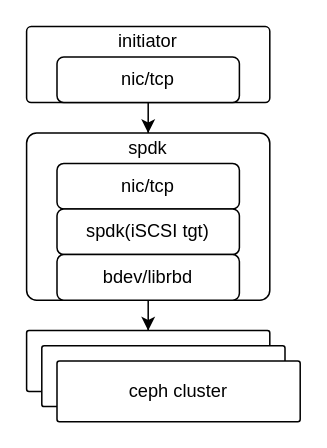
Above: ceph/ceph_iscsi.drawio in EarthWind/deeparch (draw.io), before the change. Source tidied: cells renumbered, new cells numbered last; positions are measured from the earlier drawing's top-left corner, leaving out a move shared by most shapes. Both pictures are drawn from the tidied source at 152%, with x=0, y=0 at pixel (26, 26).
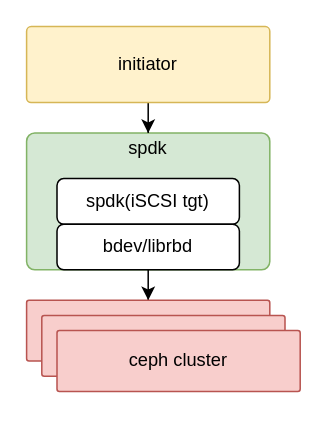
The same page after the edit.

Change to the diagram source:
```diff
@@
 <mxGraphModel>
   <root>
     <mxCell id="0" />
     <mxCell id="1" parent="0" />
-    <mxCell id="2" style="rounded=1;whiteSpace=wrap;html=1;arcSize=6;" parent="1" vertex="1">
-      <mxGeometry y="70" width="160" height="110" as="geometry" />
+    <mxCell id="2" style="rounded=1;whiteSpace=wrap;html=1;arcSize=6;fillColor=#d5e8d4;strokeColor=#82b366;" parent="1" vertex="1">
+      <mxGeometry y="70" width="160" height="90" as="geometry" />
     </mxCell>
     <mxCell id="3" style="edgeStyle=orthogonalEdgeStyle;rounded=0;jettySize=auto;html=1;entryX=0.5;entryY=0;entryDx=0;entryDy=0;" parent="1" edge="1" source="4" target="11">
       <mxGeometry relative="1" as="geometry" />
     </mxCell>
-    <mxCell id="4" style="rounded=1;whiteSpace=wrap;html=1;arcSize=6;" parent="1" vertex="1">
+    <mxCell id="4" style="rounded=1;whiteSpace=wrap;html=1;arcSize=6;fillColor=#fff2cc;strokeColor=#d6b656;" parent="1" vertex="1">
       <mxGeometry width="160" height="50" as="geometry" />
     </mxCell>
-    <mxCell id="5" value="nic/tcp" style="rounded=1;whiteSpace=wrap;html=1;" parent="1" vertex="1">
-      <mxGeometry x="20" y="20" width="120" height="30" as="geometry" />
-    </mxCell>
     <mxCell id="6" value="&lt;font style=&quot;font-size: 12px&quot;&gt;initiator&lt;/font&gt;" style="text;html=1;strokeColor=none;fillColor=none;align=center;verticalAlign=middle;whiteSpace=wrap;rounded=0;" parent="1" vertex="1">
-      <mxGeometry x="60" width="40" height="20" as="geometry" />
+      <mxGeometry x="60" y="15" width="40" height="20" as="geometry" />
     </mxCell>
-    <mxCell id="7" value="nic/tcp" style="rounded=1;whiteSpace=wrap;html=1;" parent="1" vertex="1">
-      <mxGeometry x="20" y="90" width="120" height="30" as="geometry" />
-    </mxCell>
     <mxCell id="8" value="spdk(iSCSI tgt)" style="rounded=1;whiteSpace=wrap;html=1;" parent="1" vertex="1">
-      <mxGeometry x="20" y="120" width="120" height="30" as="geometry" />
+      <mxGeometry x="20" y="100" width="120" height="30" as="geometry" />
     </mxCell>
     <mxCell id="9" style="edgeStyle=orthogonalEdgeStyle;rounded=0;jettySize=auto;html=1;entryX=0.5;entryY=0;entryDx=0;entryDy=0;" parent="1" edge="1" source="10" target="13">
       <mxGeometry relative="1" as="geometry" />
     </mxCell>
     <mxCell id="10" value="bdev/librbd" style="rounded=1;whiteSpace=wrap;html=1;" parent="1" vertex="1">
-      <mxGeometry x="20" y="150" width="120" height="30" as="geometry" />
+      <mxGeometry x="20" y="130" width="120" height="30" as="geometry" />
     </mxCell>
     <mxCell id="11" value="&lt;font style=&quot;font-size: 12px&quot;&gt;spdk&lt;/font&gt;" style="text;html=1;strokeColor=none;fillColor=none;align=center;verticalAlign=middle;whiteSpace=wrap;rounded=0;" parent="1" vertex="1">
       <mxGeometry x="60" y="70" width="40" height="20" as="geometry" />
     </mxCell>
     <mxCell id="12" style="group;" parent="1" vertex="1">
-      <mxGeometry y="200" width="180" height="60" as="geometry" />
+      <mxGeometry y="180" width="180" height="60" as="geometry" />
     </mxCell>
-    <mxCell id="13" style="rounded=1;whiteSpace=wrap;html=1;arcSize=4;" parent="12" vertex="1">
+    <mxCell id="13" style="rounded=1;whiteSpace=wrap;html=1;arcSize=4;fillColor=#f8cecc;strokeColor=#b85450;" parent="12" vertex="1">
       <mxGeometry width="160" height="40" as="geometry" />
     </mxCell>
-    <mxCell id="14" style="rounded=1;whiteSpace=wrap;html=1;arcSize=4;" parent="12" vertex="1">
+    <mxCell id="14" style="rounded=1;whiteSpace=wrap;html=1;arcSize=4;fillColor=#f8cecc;strokeColor=#b85450;" parent="12" vertex="1">
       <mxGeometry x="10" y="10" width="160" height="40" as="geometry" />
     </mxCell>
-    <mxCell id="15" value="ceph cluster" style="rounded=1;whiteSpace=wrap;html=1;arcSize=4;" parent="12" vertex="1">
+    <mxCell id="15" value="ceph cluster" style="rounded=1;whiteSpace=wrap;html=1;arcSize=4;fillColor=#f8cecc;strokeColor=#b85450;" parent="12" vertex="1">
       <mxGeometry x="20" y="20" width="160" height="40" as="geometry" />
     </mxCell>
   </root>
 </mxGraphModel>
```
